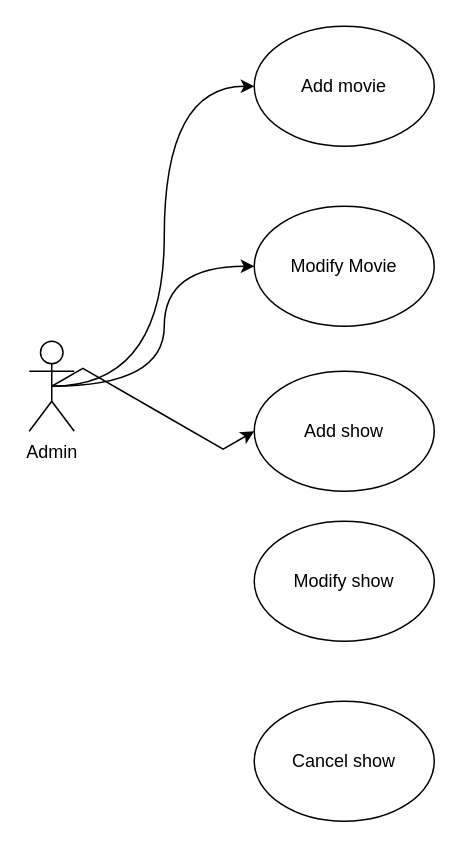
The draw.io diagram movie-ticket-booking-use-case-diag.drawio in vaibhavsonar/use-case-studies, before the edit. Source tidied: cells renumbered, new cells numbered last; positions are measured from the earlier drawing's top-left corner, leaving out a move shared by most shapes. Both pictures are drawn from the tidied source at 150%, with x=0, y=0 at pixel (28, 26).
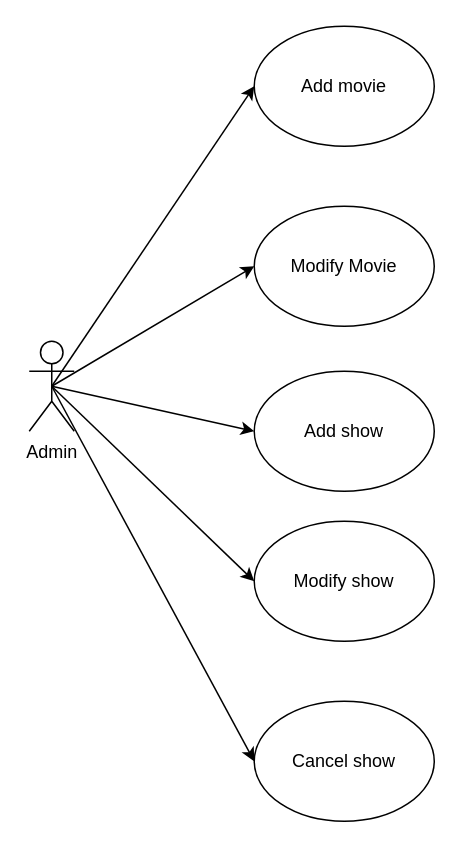
After the change.

Diff of the diagram source:
```diff
@@
 <mxGraphModel>
   <root>
     <mxCell id="0" />
     <mxCell id="1" parent="0" />
-    <mxCell id="2" style="edgeStyle=orthogonalEdgeStyle;rounded=0;jettySize=auto;html=1;exitX=0.5;exitY=0.5;exitDx=0;exitDy=0;exitPerimeter=0;entryX=0;entryY=0.5;entryDx=0;entryDy=0;curved=1;" parent="1" edge="1" source="5" target="6">
+    <mxCell id="2" style="rounded=0;jettySize=auto;html=1;exitX=0.5;exitY=0.5;exitDx=0;exitDy=0;exitPerimeter=0;entryX=0;entryY=0.5;entryDx=0;entryDy=0;" parent="1" edge="1" source="5" target="6">
       <mxGeometry relative="1" as="geometry" />
     </mxCell>
-    <mxCell id="3" style="edgeStyle=orthogonalEdgeStyle;rounded=0;jettySize=auto;html=1;exitX=0.5;exitY=0.5;exitDx=0;exitDy=0;exitPerimeter=0;entryX=0;entryY=0.5;entryDx=0;entryDy=0;curved=1;" parent="1" edge="1" source="5" target="7">
+    <mxCell id="3" style="rounded=0;jettySize=auto;html=1;exitX=0.5;exitY=0.5;exitDx=0;exitDy=0;exitPerimeter=0;entryX=0;entryY=0.5;entryDx=0;entryDy=0;" parent="1" edge="1" source="5" target="7">
       <mxGeometry relative="1" as="geometry" />
     </mxCell>
-    <mxCell id="4" style="edgeStyle=isometricEdgeStyle;rounded=0;jettySize=auto;html=1;exitX=0.5;exitY=0.5;exitDx=0;exitDy=0;exitPerimeter=0;entryX=0;entryY=0.5;entryDx=0;entryDy=0;" parent="1" edge="1" source="5" target="8">
+    <mxCell id="4" style="rounded=0;jettySize=auto;html=1;exitX=0.5;exitY=0.5;exitDx=0;exitDy=0;exitPerimeter=0;entryX=0;entryY=0.5;entryDx=0;entryDy=0;" parent="1" edge="1" source="5" target="8">
       <mxGeometry relative="1" as="geometry" />
     </mxCell>
+    <mxCell id="11" style="rounded=0;jettySize=auto;html=1;exitX=0.5;exitY=0.5;exitDx=0;exitDy=0;exitPerimeter=0;entryX=0;entryY=0.5;entryDx=0;entryDy=0;" parent="1" edge="1" source="5" target="9">
+      <mxGeometry relative="1" as="geometry" />
+    </mxCell>
+    <mxCell id="12" style="rounded=0;jettySize=auto;html=1;exitX=0.5;exitY=0.5;exitDx=0;exitDy=0;exitPerimeter=0;entryX=0;entryY=0.5;entryDx=0;entryDy=0;" parent="1" edge="1" source="5" target="10">
+      <mxGeometry relative="1" as="geometry" />
+    </mxCell>
     <mxCell id="5" value="Admin" style="shape=umlActor;verticalLabelPosition=bottom;verticalAlign=top;html=1;outlineConnect=0;" parent="1" vertex="1">
       <mxGeometry y="210" width="30" height="60" as="geometry" />
     </mxCell>
     <mxCell id="6" value="Add movie" style="ellipse;whiteSpace=wrap;html=1;" parent="1" vertex="1">
       <mxGeometry x="150" width="120" height="80" as="geometry" />
     </mxCell>
     <mxCell id="7" value="Modify Movie" style="ellipse;whiteSpace=wrap;html=1;" parent="1" vertex="1">
       <mxGeometry x="150" y="120" width="120" height="80" as="geometry" />
     </mxCell>
     <mxCell id="8" value="Add show" style="ellipse;whiteSpace=wrap;html=1;" parent="1" vertex="1">
       <mxGeometry x="150" y="230" width="120" height="80" as="geometry" />
     </mxCell>
     <mxCell id="9" value="Modify show" style="ellipse;whiteSpace=wrap;html=1;" parent="1" vertex="1">
       <mxGeometry x="150" y="330" width="120" height="80" as="geometry" />
     </mxCell>
     <mxCell id="10" value="Cancel show" style="ellipse;whiteSpace=wrap;html=1;" parent="1" vertex="1">
       <mxGeometry x="150" y="450" width="120" height="80" as="geometry" />
     </mxCell>
   </root>
 </mxGraphModel>
```
